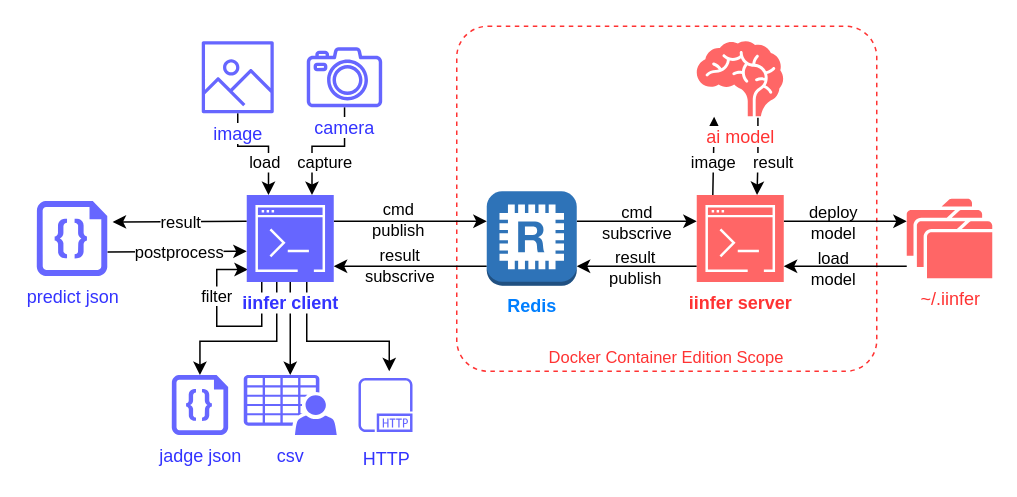
Above: docs/_static/orverview.drawio in hamacom2004jp/iinfer (draw.io), before the change. Source tidied: cells renumbered, new cells numbered last; positions are measured from the earlier drawing's top-left corner, leaving out a move shared by most shapes. Both pictures are drawn from the tidied source at 150%, with x=0, y=0 at pixel (36, 26).
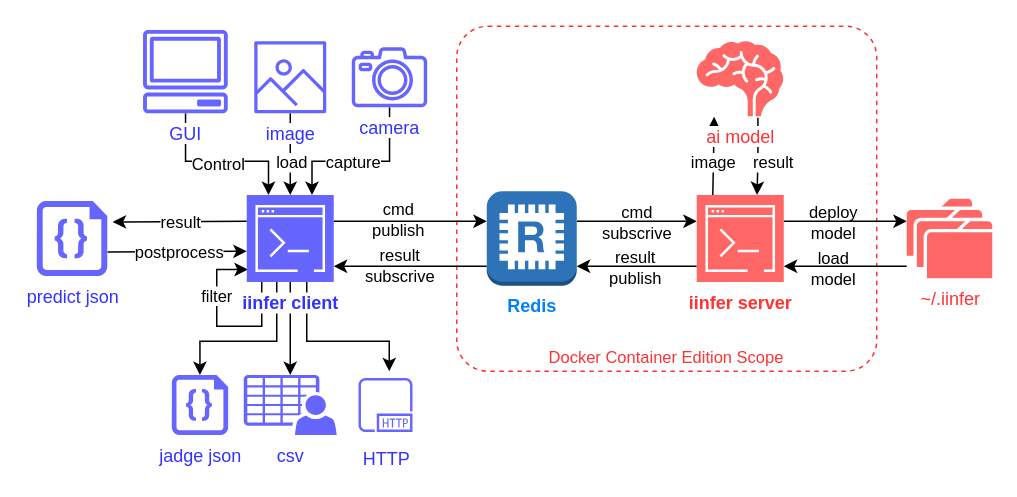
The same page after the edit.

Unchanged cells that the change refers to:
```xml
<mxCell id="39" value="&lt;span style=&quot;background-color: rgb(255, 255, 255);&quot;&gt;&lt;b&gt;iinfer client&lt;/b&gt;&lt;/span&gt;" style="sketch=0;points=[[0,0,0],[0.25,0,0],[0.5,0,0],[0.75,0,0],[1,0,0],[0,1,0],[0.25,1,0],[0.5,1,0],[0.75,1,0],[1,1,0],[0,0.25,0],[0,0.5,0],[0,0.75,0],[1,0.25,0],[1,0.5,0],[1,0.75,0]];outlineConnect=0;fontColor=#3333FF;fillColor=#6666FF;strokeColor=#ffffff;dashed=0;verticalLabelPosition=bottom;verticalAlign=top;align=center;html=1;fontSize=12;fontStyle=0;shape=mxgraph.aws4.resourceIcon;resIcon=mxgraph.aws4.command_line_interface;" parent="1" vertex="1">
  <mxGeometry x="140" y="112.5" width="58" height="58" as="geometry" />
</mxCell>
```

What changed in the source:
```diff
@@
     <mxCell id="18" style="edgeStyle=orthogonalEdgeStyle;rounded=0;jettySize=auto;html=1;entryX=0.75;entryY=0;entryDx=0;entryDy=0;entryPerimeter=0;" parent="1" edge="1" source="41" target="39">
       <mxGeometry relative="1" as="geometry">
         <Array as="points">
-          <mxPoint x="205" y="80" />
-          <mxPoint x="184" y="80" />
+          <mxPoint x="235" y="90" />
+          <mxPoint x="184" y="90" />
         </Array>
       </mxGeometry>
     </mxCell>
     <mxCell id="19" value="capture" style="edgeLabel;html=1;align=center;verticalAlign=middle;" parent="18" vertex="1">
       <mxGeometry x="-0.05" y="-1" relative="1" as="geometry">
-        <mxPoint x="-2" y="11" as="offset" />
+        <mxPoint x="-9" y="1" as="offset" />
       </mxGeometry>
     </mxCell>
-    <mxCell id="20" style="edgeStyle=orthogonalEdgeStyle;rounded=0;jettySize=auto;html=1;entryX=0.25;entryY=0;entryDx=0;entryDy=0;entryPerimeter=0;" parent="1" edge="1" source="42" target="39">
+    <mxCell id="20" style="edgeStyle=orthogonalEdgeStyle;rounded=0;jettySize=auto;html=1;" parent="1" edge="1" source="42" target="39">
       <mxGeometry relative="1" as="geometry">
         <Array as="points">
-          <mxPoint x="134" y="80" />
-          <mxPoint x="154" y="80" />
+          <mxPoint x="169" y="80" />
+          <mxPoint x="169" y="80" />
         </Array>
       </mxGeometry>
     </mxCell>
     <mxCell id="21" value="load" style="edgeLabel;html=1;align=center;verticalAlign=middle;" parent="20" vertex="1">
       <mxGeometry x="-0.08" relative="1" as="geometry">
-        <mxPoint x="4" y="10" as="offset" />
+        <mxPoint y="7" as="offset" />
       </mxGeometry>
     </mxCell>
@@
     <mxCell id="41" value="camera" style="sketch=0;outlineConnect=0;fontColor=#3333FF;gradientColor=none;fillColor=#6666FF;strokeColor=none;dashed=0;verticalLabelPosition=bottom;verticalAlign=top;align=center;html=1;fontSize=12;fontStyle=0;shape=mxgraph.aws4.camera2;labelBackgroundColor=#FFFFFF;" parent="1" vertex="1">
-      <mxGeometry x="180" y="14" width="50.3" height="40" as="geometry" />
+      <mxGeometry x="210" y="14" width="50.3" height="40" as="geometry" />
     </mxCell>
     <mxCell id="42" value="image" style="sketch=0;outlineConnect=0;fontColor=#3333FF;gradientColor=none;fillColor=#6666FF;strokeColor=none;dashed=0;verticalLabelPosition=bottom;verticalAlign=top;align=center;html=1;fontSize=12;fontStyle=0;shape=mxgraph.aws4.container_registry_image;labelBackgroundColor=#FFFFFF;" parent="1" vertex="1">
-      <mxGeometry x="110" y="10" width="48" height="48" as="geometry" />
+      <mxGeometry x="145" y="10" width="48" height="48" as="geometry" />
     </mxCell>
+    <mxCell id="43" style="rounded=0;jettySize=auto;html=1;entryX=0.25;entryY=0;entryDx=0;entryDy=0;entryPerimeter=0;edgeStyle=orthogonalEdgeStyle;" parent="1" edge="1" source="45" target="39">
+      <mxGeometry relative="1" as="geometry">
+        <Array as="points">
+          <mxPoint x="99" y="90" />
+          <mxPoint x="155" y="90" />
+        </Array>
+      </mxGeometry>
+    </mxCell>
+    <mxCell id="44" value="Control" style="edgeLabel;html=1;align=center;verticalAlign=middle;" parent="43" vertex="1">
+      <mxGeometry x="-0.33" y="-1" relative="1" as="geometry">
+        <mxPoint x="16" as="offset" />
+      </mxGeometry>
+    </mxCell>
+    <mxCell id="45" value="GUI" style="sketch=0;outlineConnect=0;fontColor=#3333FF;gradientColor=none;fillColor=#6666FF;strokeColor=none;dashed=0;verticalLabelPosition=bottom;verticalAlign=top;align=center;html=1;fontSize=12;fontStyle=0;shape=mxgraph.aws4.client;labelBackgroundColor=default;" parent="1" vertex="1">
+      <mxGeometry x="70.6" y="2.5" width="57" height="55.5" as="geometry" />
+    </mxCell>
```
